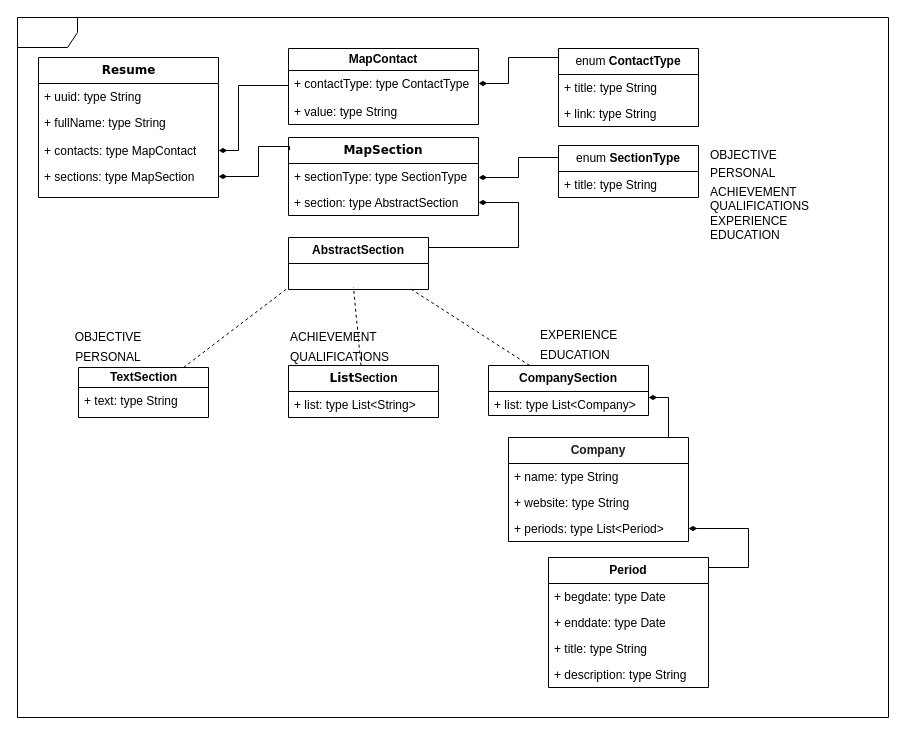
Before: ResumeModel.drawio in sasjava/basejava, a draw.io diagram. Source tidied: cells renumbered, new cells numbered last; positions are measured from the earlier drawing's top-left corner, leaving out a move shared by most shapes. Both pictures are drawn from the tidied source at 100%, with x=0, y=0 at pixel (17, 17).
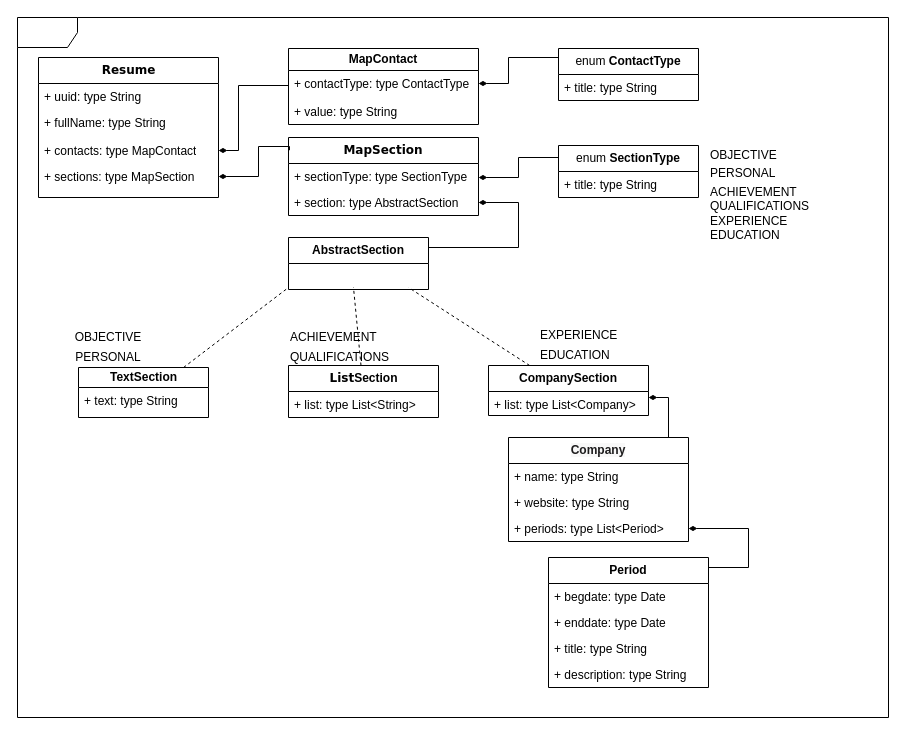
After the change.

What changed in the source:
```diff
@@
     <mxCell id="9" value="enum &lt;b&gt;ContactType&lt;/b&gt;" style="swimlane;fontStyle=0;horizontal=1;startSize=26;fillColor=none;whiteSpace=wrap;html=1;" parent="1" vertex="1">
-      <mxGeometry x="541" y="31" width="140" height="78" as="geometry" />
+      <mxGeometry x="541" y="31" width="140" height="52" as="geometry" />
     </mxCell>
@@
-    <mxCell id="11" value="+ link: type String" style="text;strokeColor=none;fillColor=none;align=left;verticalAlign=top;spacingLeft=4;spacingRight=4;overflow=hidden;whiteSpace=wrap;html=1;" parent="9" vertex="1">
-      <mxGeometry y="52" width="140" height="26" as="geometry" />
-    </mxCell>
```
